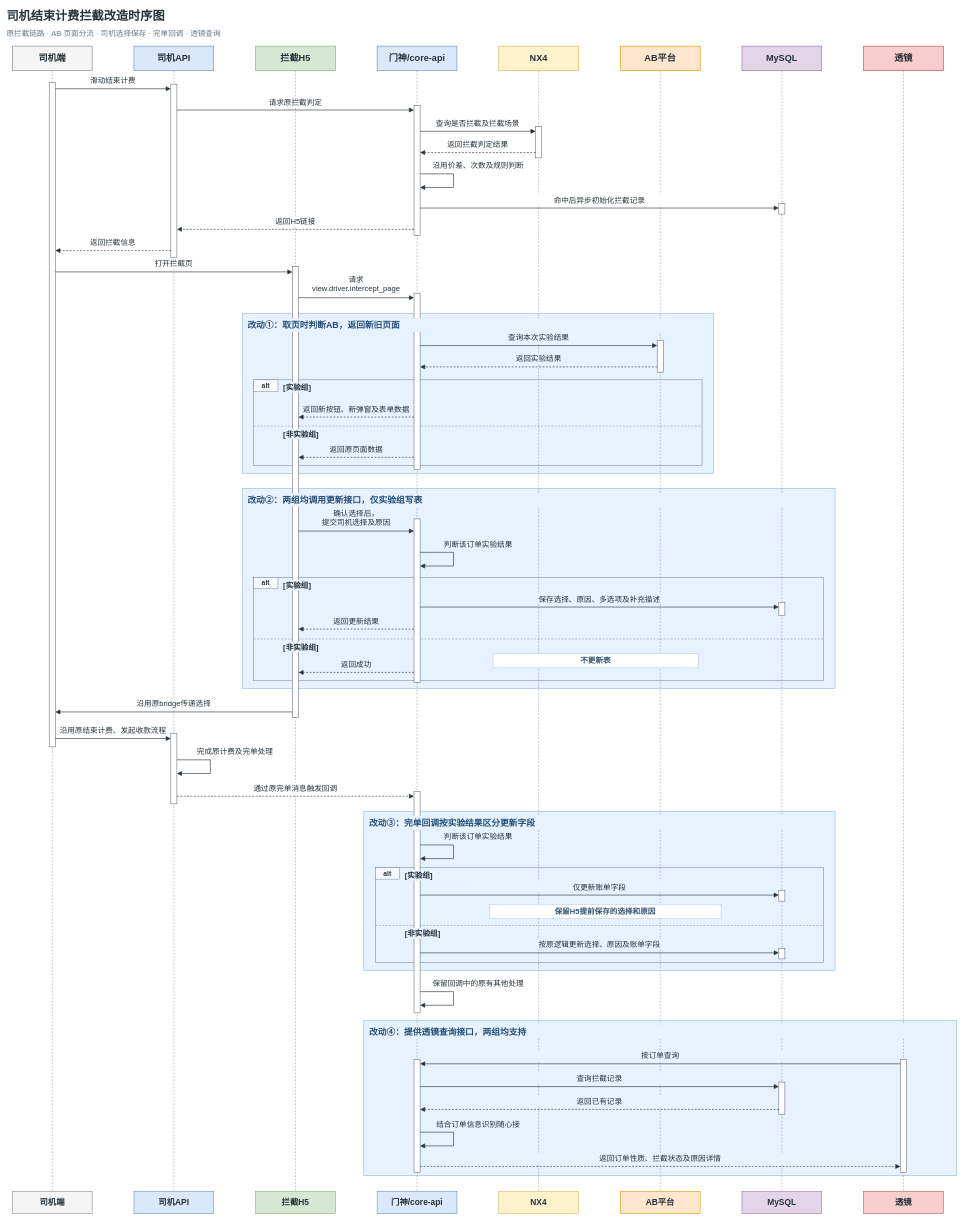
This is 司机结束计费拦截改造时序图.drawio from EYOKE/hello-world, a draw.io file, before an edit. Source tidied: cells renumbered, new cells numbered last; positions are measured from the earlier drawing's top-left corner, leaving out a move shared by most shapes. Both pictures are drawn from the tidied source at 38%, with x=0, y=0 at pixel (6, 6).
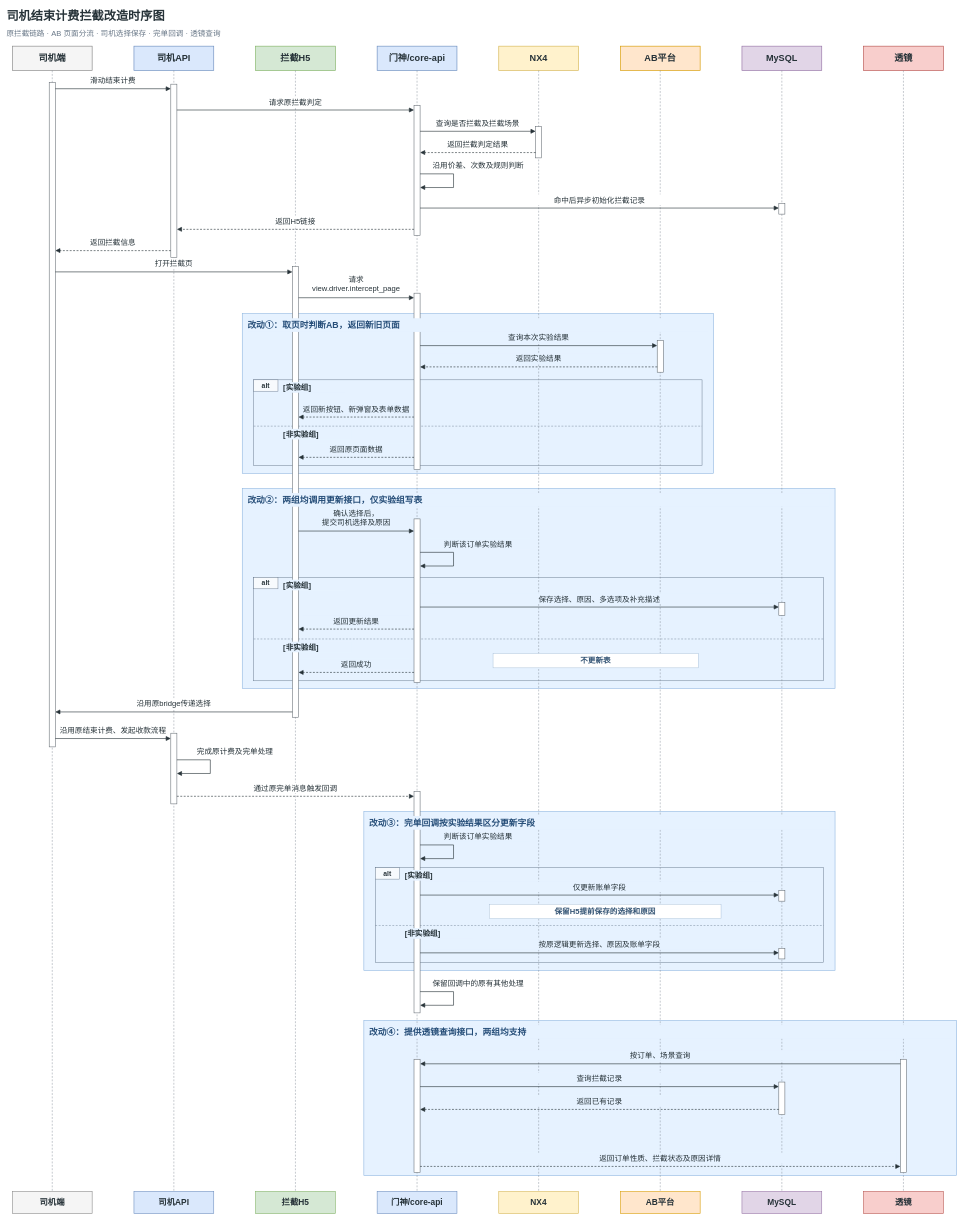
The same page after the edit.

Commit message:
更新司机结束计费拦截改造时序图.drawio

The change refers to these unchanged cells:
```xml
<mxCell id="94" style="shape=rectangle;opacity=0;fillColor=none;strokeColor=none;perimeter=none;" parent="55" vertex="1">
  <mxGeometry x="113" y="2858" as="geometry" />
</mxCell>
<mxCell id="95" style="shape=rectangle;opacity=0;fillColor=none;strokeColor=none;perimeter=none;" parent="55" vertex="1">
  <mxGeometry x="113" y="2894" as="geometry" />
</mxCell>
<mxCell id="213" style="edgeStyle=none;noEdgeStyle=1;rounded=0;curved=0;html=0;strokeColor=#263238;strokeWidth=1.6;startArrow=none;endArrow=block;endFill=1;endSize=9;dashed=0;dashPattern=5 4;fixDash=1;exitX=0.5;exitY=0.5;entryX=0.5;entryY=0.5;exitPerimeter=0;entryPerimeter=0;" parent="1" edge="1" source="139" target="91">
  <mxGeometry relative="1" as="geometry" />
</mxCell>
```

Change to the diagram source:
```diff
@@
-    <mxCell id="214" value="按订单查询" style="text;html=0;whiteSpace=wrap;overflow=visible;rounded=0;align=center;verticalAlign=middle;spacing=0;fontFamily=Arial, PingFang SC, Microsoft YaHei, sans-serif;fontSize=20;fontColor=#263238;fontStyle=0;fillColor=#E6F2FF;strokeColor=none;" parent="213" vertex="1">
+    <mxCell id="214" value="按订单、场景查询" style="text;html=0;whiteSpace=wrap;overflow=visible;rounded=0;align=center;verticalAlign=middle;spacing=0;fontFamily=Arial, PingFang SC, Microsoft YaHei, sans-serif;fontSize=20;fontColor=#263238;fontStyle=0;fillColor=#E6F2FF;strokeColor=none;" parent="213" vertex="1">
       <mxGeometry width="1242" height="28" relative="1" as="geometry">
         <mxPoint x="-621" y="-36" as="offset" />
       </mxGeometry>
     </mxCell>
@@
-    <mxCell id="219" style="edgeStyle=none;noEdgeStyle=1;rounded=0;curved=0;html=0;strokeColor=#263238;strokeWidth=1.6;startArrow=none;endArrow=block;endFill=1;endSize=9;dashed=0;dashPattern=5 4;fixDash=1;exitX=0.5;exitY=0.5;entryX=0.5;entryY=0.5;exitPerimeter=0;entryPerimeter=0;" parent="1" edge="1" source="94" target="95">
-      <mxGeometry relative="1" as="geometry">
-        <Array as="points">
-          <mxPoint x="1176" y="2962" />
-          <mxPoint x="1176" y="2998" />
-        </Array>
-      </mxGeometry>
-    </mxCell>
-    <mxCell id="220" value="结合订单信息识别随心接" style="text;html=0;whiteSpace=wrap;overflow=visible;rounded=0;align=center;verticalAlign=middle;spacing=0;fontFamily=Arial, PingFang SC, Microsoft YaHei, sans-serif;fontSize=20;fontColor=#263238;fontStyle=0;fillColor=#E6F2FF;strokeColor=none;" parent="219" vertex="1">
-      <mxGeometry width="274" height="28" relative="1" as="geometry">
-        <mxPoint x="-72" y="-54" as="offset" />
-      </mxGeometry>
-    </mxCell>
```
